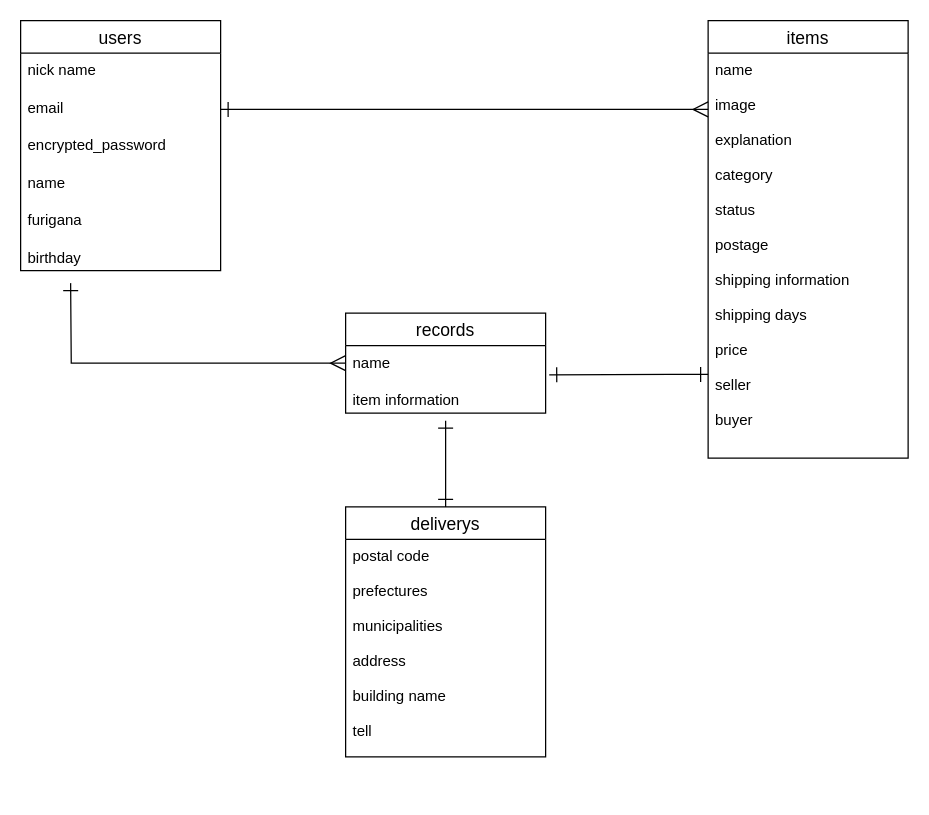
Above: test.dio in t-kawamukai/furima-36048 (draw.io), before the change. Source tidied: cells renumbered, new cells numbered last; positions are measured from the earlier drawing's top-left corner, leaving out a move shared by most shapes. Both pictures are drawn from the tidied source at 125%, with x=0, y=0 at pixel (20, 20).
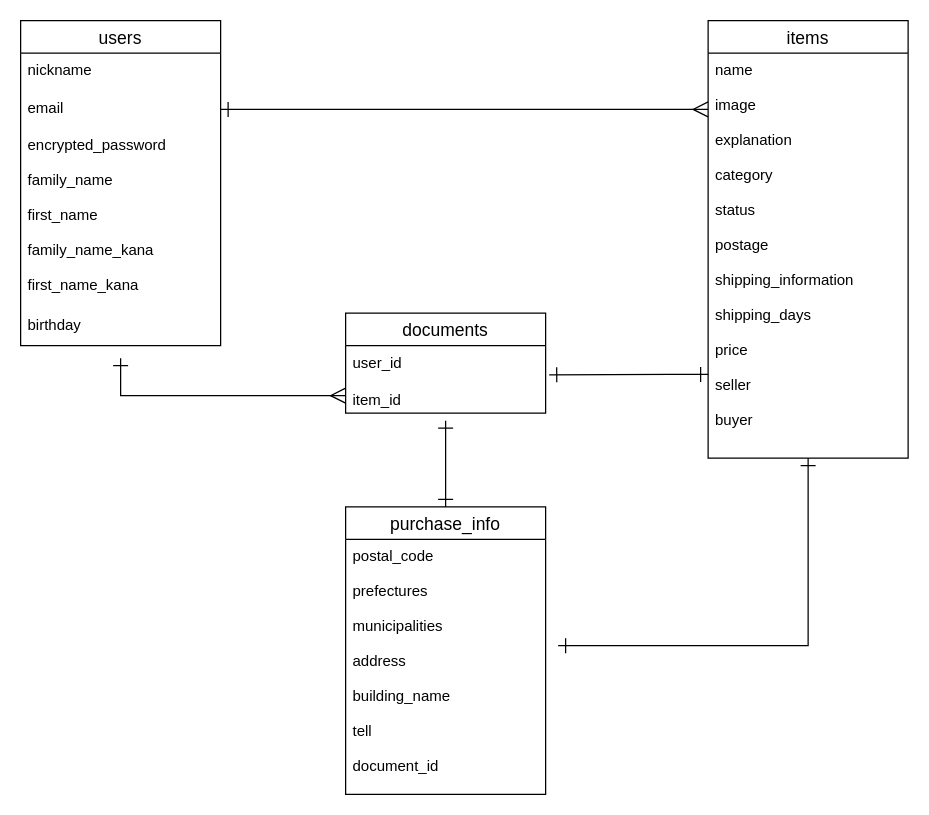
The same diagram, later.

Unchanged cells that the change refers to:
```xml
<mxCell id="6" value="items" style="swimlane;fontStyle=0;horizontal=1;startSize=26;align=center;fontSize=14;" parent="1" vertex="1">
  <mxGeometry x="550" width="160" height="350" as="geometry" />
</mxCell>
```

Diff of the diagram source:
```diff
@@
     <mxCell id="2" value="users" style="swimlane;fontStyle=0;horizontal=1;startSize=26;align=center;fontSize=14;" parent="1" vertex="1">
-      <mxGeometry width="160" height="200" as="geometry" />
+      <mxGeometry width="160" height="260" as="geometry" />
     </mxCell>
-    <mxCell id="3" value="nick name" style="text;strokeColor=none;fillColor=none;spacingLeft=4;spacingRight=4;overflow=hidden;fontSize=12;" parent="2" vertex="1">
+    <mxCell id="3" value="nickname" style="text;strokeColor=none;fillColor=none;spacingLeft=4;spacingRight=4;overflow=hidden;fontSize=12;" parent="2" vertex="1">
       <mxGeometry y="26" width="160" height="30" as="geometry" />
     </mxCell>
@@
-    <mxCell id="5" value="encrypted_password " style="text;strokeColor=none;fillColor=none;spacingLeft=4;spacingRight=4;overflow=hidden;fontSize=12;" parent="2" vertex="1">
-      <mxGeometry y="86" width="160" height="114" as="geometry" />
+    <mxCell id="5" value="encrypted_password &#10;&#10;family_name&#10;&#10;first_name&#10;&#10;family_name_kana&#10;&#10;first_name_kana&#10;" style="text;strokeColor=none;fillColor=none;spacingLeft=4;spacingRight=4;overflow=hidden;fontSize=12;" parent="2" vertex="1">
+      <mxGeometry y="86" width="160" height="144" as="geometry" />
     </mxCell>
+    <mxCell id="18" value="birthday" style="text;strokeColor=none;fillColor=none;spacingLeft=4;spacingRight=4;overflow=hidden;fontSize=12;" parent="2" vertex="1">
+      <mxGeometry y="230" width="160" height="30" as="geometry" />
+    </mxCell>
@@
-    <mxCell id="7" value="name&#10;&#10;image&#10;&#10;explanation&#10;&#10;category&#10;&#10;status&#10;&#10;postage&#10;&#10;shipping information&#10;&#10;shipping days&#10;&#10;price&#10;&#10;seller&#10;&#10;buyer" style="text;strokeColor=none;fillColor=none;spacingLeft=4;spacingRight=4;overflow=hidden;points=[[0,0.5],[1,0.5]];portConstraint=eastwest;fontSize=12;" parent="6" vertex="1">
+    <mxCell id="7" value="name&#10;&#10;image&#10;&#10;explanation&#10;&#10;category&#10;&#10;status&#10;&#10;postage&#10;&#10;shipping_information&#10;&#10;shipping_days&#10;&#10;price&#10;&#10;seller&#10;&#10;buyer" style="text;strokeColor=none;fillColor=none;spacingLeft=4;spacingRight=4;overflow=hidden;points=[[0,0.5],[1,0.5]];portConstraint=eastwest;fontSize=12;" parent="6" vertex="1">
       <mxGeometry y="26" width="160" height="324" as="geometry" />
     </mxCell>
     <mxCell id="8" style="edgeStyle=orthogonalEdgeStyle;rounded=0;jettySize=auto;html=1;startArrow=ERmany;startFill=0;endArrow=ERone;endFill=0;endSize=10;startSize=10;" parent="1" edge="1" source="9">
       <mxGeometry relative="1" as="geometry">
-        <mxPoint x="40" y="210" as="targetPoint" />
+        <mxPoint x="80" y="270" as="targetPoint" />
+        <Array as="points">
+          <mxPoint x="80" y="300" />
+        </Array>
       </mxGeometry>
     </mxCell>
-    <mxCell id="9" value="records" style="swimlane;fontStyle=0;horizontal=1;startSize=26;align=center;fontSize=14;" parent="1" vertex="1">
+    <mxCell id="9" value="documents" style="swimlane;fontStyle=0;horizontal=1;startSize=26;align=center;fontSize=14;" parent="1" vertex="1">
       <mxGeometry x="260" y="234" width="160" height="80" as="geometry" />
     </mxCell>
-    <mxCell id="10" value="name" style="text;strokeColor=none;fillColor=none;spacingLeft=4;spacingRight=4;overflow=hidden;points=[[0,0.5],[1,0.5]];portConstraint=eastwest;fontSize=12;" parent="9" vertex="1">
+    <mxCell id="10" value="user_id" style="text;strokeColor=none;fillColor=none;spacingLeft=4;spacingRight=4;overflow=hidden;points=[[0,0.5],[1,0.5]];portConstraint=eastwest;fontSize=12;" parent="9" vertex="1">
       <mxGeometry y="26" width="160" height="30" as="geometry" />
     </mxCell>
-    <mxCell id="11" value="item information" style="text;strokeColor=none;fillColor=none;spacingLeft=4;spacingRight=4;overflow=hidden;fontSize=12;" parent="9" vertex="1">
+    <mxCell id="11" value="item_id" style="text;strokeColor=none;fillColor=none;spacingLeft=4;spacingRight=4;overflow=hidden;fontSize=12;" parent="9" vertex="1">
       <mxGeometry y="56" width="160" height="24" as="geometry" />
     </mxCell>
@@
-    <mxCell id="13" value="deliverys" style="swimlane;fontStyle=0;horizontal=1;startSize=26;align=center;fontSize=14;" parent="1" vertex="1">
-      <mxGeometry x="260" y="389" width="160" height="200" as="geometry" />
+    <mxCell id="13" value="purchase_info" style="swimlane;fontStyle=0;horizontal=1;startSize=26;align=center;fontSize=14;" parent="1" vertex="1">
+      <mxGeometry x="260" y="389" width="160" height="230" as="geometry" />
     </mxCell>
-    <mxCell id="14" value="postal code&#10;&#10;prefectures&#10;&#10;municipalities&#10;&#10;address&#10;&#10;building name&#10;&#10;tell" style="text;strokeColor=none;fillColor=none;spacingLeft=4;spacingRight=4;overflow=hidden;fontSize=12;" parent="13" vertex="1">
-      <mxGeometry y="26" width="160" height="174" as="geometry" />
+    <mxCell id="14" value="postal_code&#10;&#10;prefectures&#10;&#10;municipalities&#10;&#10;address&#10;&#10;building_name&#10;&#10;tell&#10;&#10;document_id" style="text;strokeColor=none;fillColor=none;spacingLeft=4;spacingRight=4;overflow=hidden;fontSize=12;" parent="13" vertex="1">
+      <mxGeometry y="26" width="160" height="204" as="geometry" />
     </mxCell>
@@
-    <mxCell id="16" value="name" style="text;strokeColor=none;fillColor=none;spacingLeft=4;spacingRight=4;overflow=hidden;fontSize=12;" parent="1" vertex="1">
-      <mxGeometry y="116" width="160" height="30" as="geometry" />
-    </mxCell>
-    <mxCell id="17" value="furigana" style="text;strokeColor=none;fillColor=none;spacingLeft=4;spacingRight=4;overflow=hidden;fontSize=12;" parent="1" vertex="1">
-      <mxGeometry y="146" width="160" height="30" as="geometry" />
-    </mxCell>
-    <mxCell id="18" value="birthday" style="text;strokeColor=none;fillColor=none;spacingLeft=4;spacingRight=4;overflow=hidden;fontSize=12;" parent="1" vertex="1">
-      <mxGeometry y="176" width="160" height="30" as="geometry" />
-    </mxCell>
@@
+    <mxCell id="20" style="edgeStyle=orthogonalEdgeStyle;rounded=0;jettySize=auto;html=1;startArrow=ERone;startFill=0;endArrow=ERone;endFill=0;startSize=10;endSize=10;" parent="1" edge="1" source="7">
+      <mxGeometry relative="1" as="geometry">
+        <mxPoint x="430" y="500" as="targetPoint" />
+        <Array as="points">
+          <mxPoint x="630" y="500" />
+        </Array>
+      </mxGeometry>
+    </mxCell>
```
